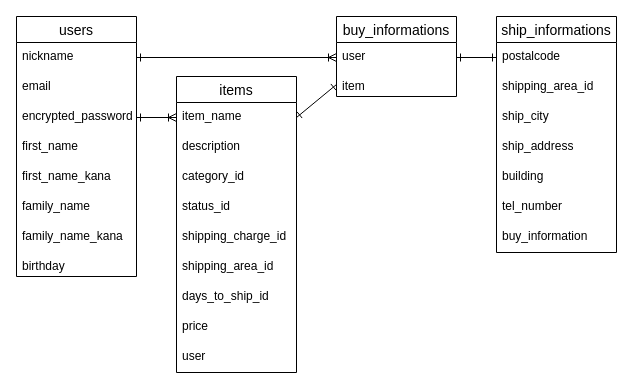
This is furima.dio from IWNFTH/furima-37860, a draw.io file, before an edit. Source tidied: cells renumbered, new cells numbered last; positions are measured from the earlier drawing's top-left corner, leaving out a move shared by most shapes. Both pictures are drawn from the tidied source at 100%, with x=0, y=0 at pixel (16, 16).
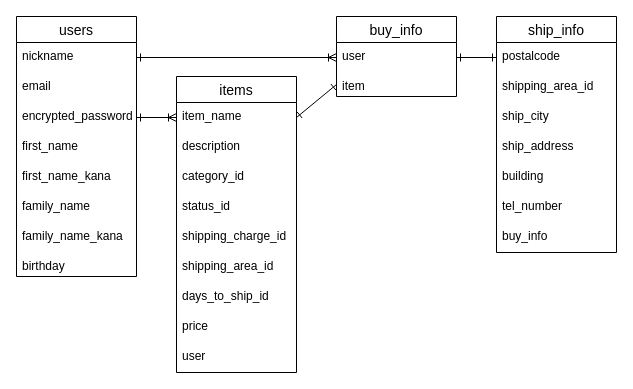
Above is the later version.

Commit message (it also covers changes not shown here):
修正　informations→info

The edit, as a diff of the source:
```diff
@@
-    <mxCell id="21" value="ship_informations" style="swimlane;fontStyle=0;horizontal=1;startSize=26;align=center;fontSize=14;" parent="1" vertex="1">
+    <mxCell id="21" value="ship_info" style="swimlane;fontStyle=0;horizontal=1;startSize=26;align=center;fontSize=14;" parent="1" vertex="1">
       <mxGeometry x="480" width="120" height="236" as="geometry" />
     </mxCell>
@@
-    <mxCell id="28" value="buy_information" style="text;strokeColor=none;fillColor=none;spacingLeft=4;spacingRight=4;overflow=hidden;fontSize=12;" parent="21" vertex="1">
+    <mxCell id="28" value="buy_info" style="text;strokeColor=none;fillColor=none;spacingLeft=4;spacingRight=4;overflow=hidden;fontSize=12;" parent="21" vertex="1">
       <mxGeometry y="206" width="120" height="30" as="geometry" />
     </mxCell>
-    <mxCell id="29" value="buy_informations" style="swimlane;fontStyle=0;horizontal=1;startSize=26;align=center;fontSize=14;" parent="1" vertex="1">
+    <mxCell id="29" value="buy_info" style="swimlane;fontStyle=0;horizontal=1;startSize=26;align=center;fontSize=14;" parent="1" vertex="1">
       <mxGeometry x="320" width="120" height="80" as="geometry" />
     </mxCell>
```
